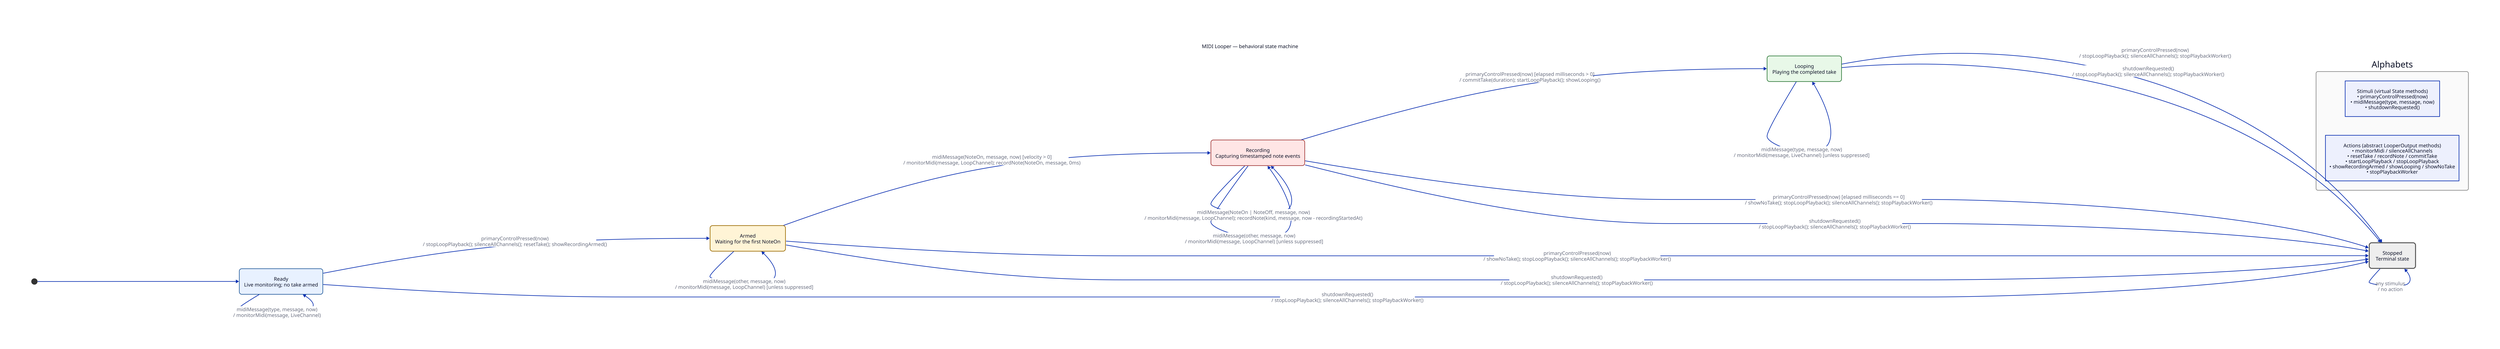
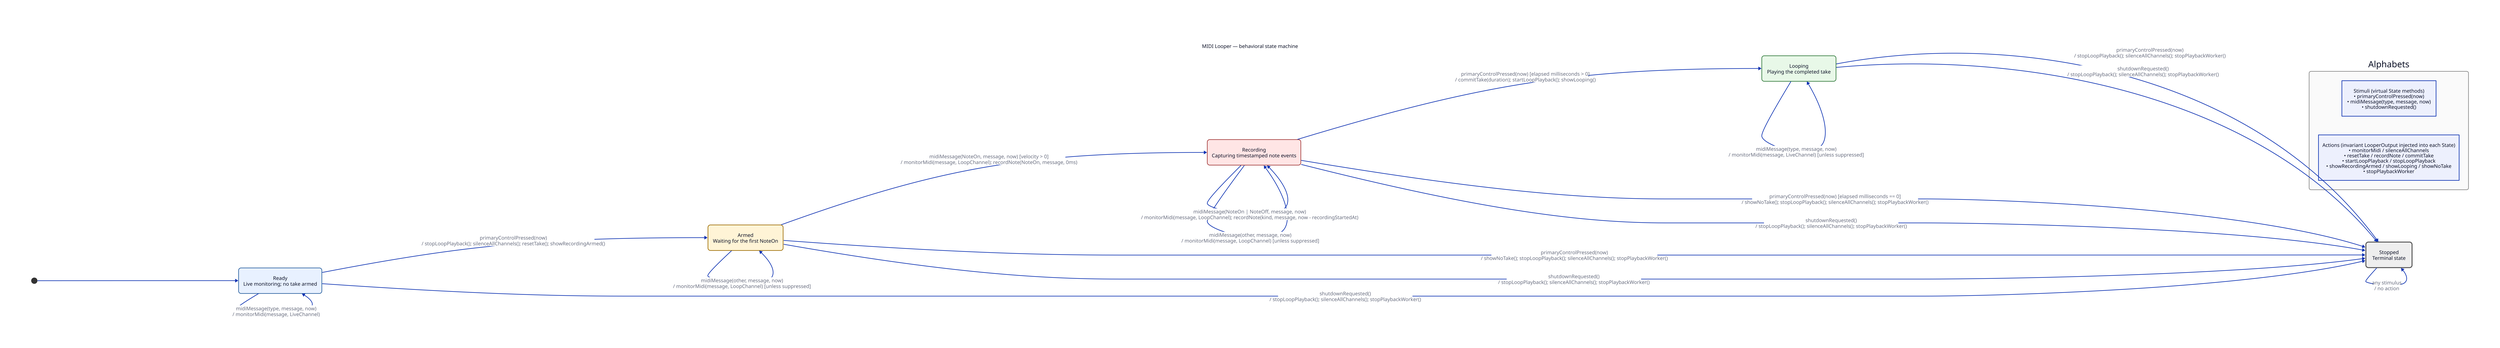
direction: right

title: {
  label: "MIDI Looper — behavioral state machine"
  shape: text
  near: top-center
}

start: {
  label: ""
  shape: circle
  width: 18
  height: 18
  style: {
    fill: "#333333"
    stroke: "#333333"
  }
}

ready: {
  label: "Ready\nLive monitoring; no take armed"
  shape: rectangle
  style: {
    border-radius: 8
    fill: "#e8f1ff"
    stroke: "#285f9e"
  }
}

armed: {
  label: "Armed\nWaiting for the first NoteOn"
  shape: rectangle
  style: {
    border-radius: 8
    fill: "#fff4d6"
    stroke: "#9b6a00"
  }
}

recording: {
  label: "Recording\nCapturing timestamped note events"
  shape: rectangle
  style: {
    border-radius: 8
    fill: "#ffe5e5"
    stroke: "#a33a3a"
  }
}

looping: {
  label: "Looping\nPlaying the completed take"
  shape: rectangle
  style: {
    border-radius: 8
    fill: "#e8f8e8"
    stroke: "#317a3b"
  }
}

stopped: {
  label: "Stopped\nTerminal state"
  shape: rectangle
  style: {
    border-radius: 8
    fill: "#eeeeee"
    stroke: "#555555"
    stroke-width: 3
  }
}

start -> ready

ready -> armed: "primaryControlPressed(now)\n/ stopLoopPlayback(); silenceAllChannels(); resetTake(); showRecordingArmed()"
ready -> ready: "midiMessage(type, message, now)\n/ monitorMidi(message, LiveChannel)"

armed -> recording: "midiMessage(NoteOn, message, now) [velocity > 0]\n/ monitorMidi(message, LoopChannel); recordNote(NoteOn, message, 0ms)"
armed -> armed: "midiMessage(other, message, now)\n/ monitorMidi(message, LoopChannel) [unless suppressed]"
armed -> stopped: "primaryControlPressed(now)\n/ showNoTake(); stopLoopPlayback(); silenceAllChannels(); stopPlaybackWorker()"

recording -> recording: "midiMessage(NoteOn | NoteOff, message, now)\n/ monitorMidi(message, LoopChannel); recordNote(kind, message, now - recordingStartedAt)"
recording -> recording: "midiMessage(other, message, now)\n/ monitorMidi(message, LoopChannel) [unless suppressed]"
recording -> looping: "primaryControlPressed(now) [elapsed milliseconds > 0]\n/ commitTake(duration); startLoopPlayback(); showLooping()"
recording -> stopped: "primaryControlPressed(now) [elapsed milliseconds == 0]\n/ showNoTake(); stopLoopPlayback(); silenceAllChannels(); stopPlaybackWorker()"

looping -> looping: "midiMessage(type, message, now)\n/ monitorMidi(message, LiveChannel) [unless suppressed]"
looping -> stopped: "primaryControlPressed(now)\n/ stopLoopPlayback(); silenceAllChannels(); stopPlaybackWorker()"

ready -> stopped: "shutdownRequested()\n/ stopLoopPlayback(); silenceAllChannels(); stopPlaybackWorker()"
armed -> stopped: "shutdownRequested()\n/ stopLoopPlayback(); silenceAllChannels(); stopPlaybackWorker()"
recording -> stopped: "shutdownRequested()\n/ stopLoopPlayback(); silenceAllChannels(); stopPlaybackWorker()"
looping -> stopped: "shutdownRequested()\n/ stopLoopPlayback(); silenceAllChannels(); stopPlaybackWorker()"

stopped -> stopped: "any stimulus\n/ no action"

legend: {
  label: "Alphabets"
  direction: down
  style: {
    fill: "#fafafa"
    stroke: "#888888"
    border-radius: 6
  }

  inputs: {
    label: "Stimuli (virtual State methods)\n• primaryControlPressed(now)\n• midiMessage(type, message, now)\n• shutdownRequested()"
    shape: rectangle
  }

  outputs: {
-     label: "Actions (abstract LooperOutput methods)\n• monitorMidi / silenceAllChannels\n• resetTake / recordNote / commitTake\n• startLoopPlayback / stopLoopPlayback\n• showRecordingArmed / showLooping / showNoTake\n• stopPlaybackWorker"
+     label: "Actions (invariant LooperOutput injected into each State)\n• monitorMidi / silenceAllChannels\n• resetTake / recordNote / commitTake\n• startLoopPlayback / stopLoopPlayback\n• showRecordingArmed / showLooping / showNoTake\n• stopPlaybackWorker"
    shape: rectangle
  }
}

looping -> legend: {
  style: {
    opacity: 0
  }
}
